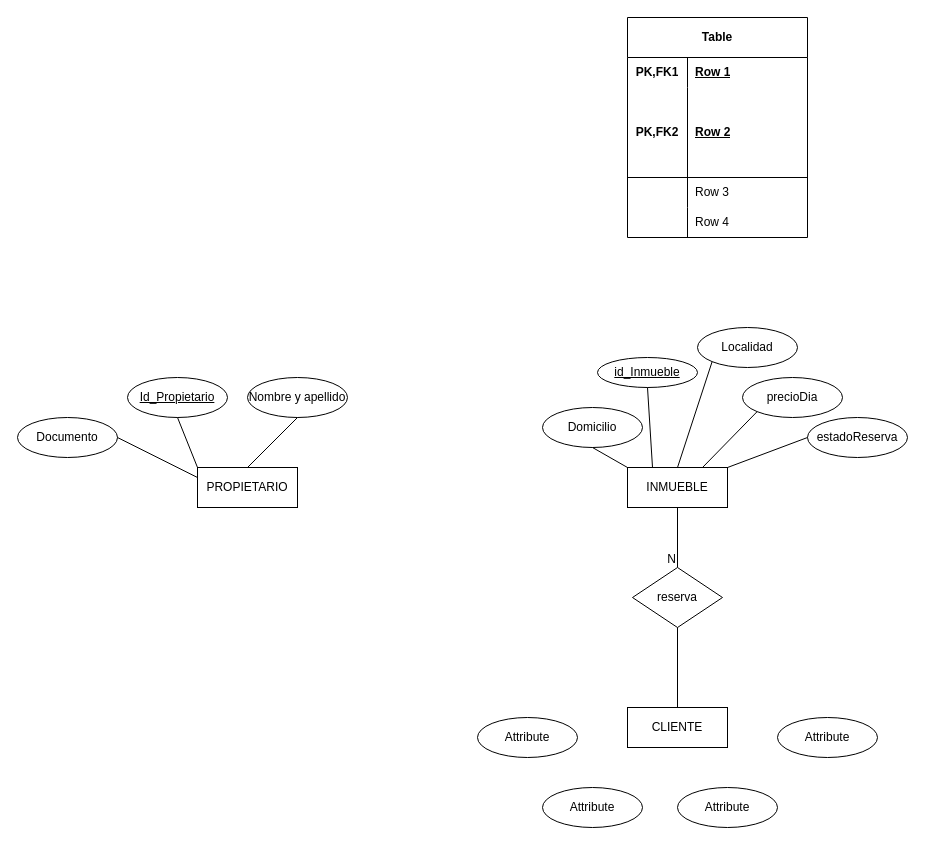
This is Diagrama sin título.drawio from carbai3/ABD_EJERCICIO1, a draw.io file, before an edit. Source tidied: cells renumbered, new cells numbered last; positions are measured from the earlier drawing's top-left corner, leaving out a move shared by most shapes. Both pictures are drawn from the tidied source at 100%, with x=0, y=0 at pixel (17, 17).
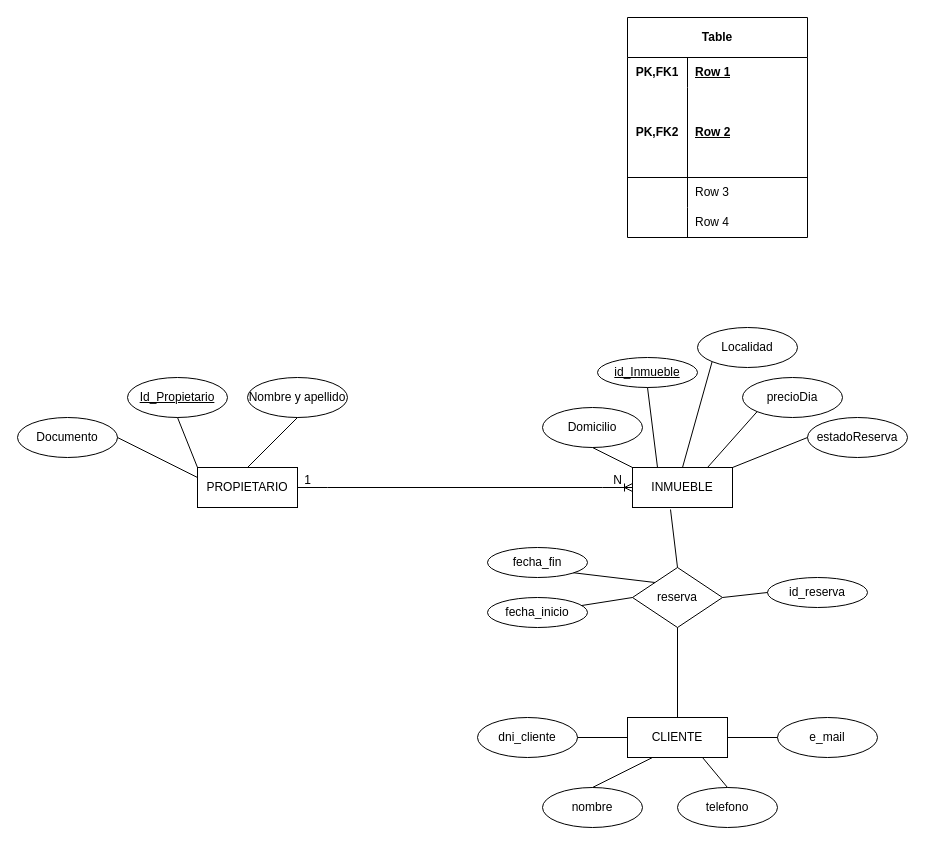
After the change.

The change refers to these unchanged cells:
```xml
<mxCell id="2" value="PROPIETARIO" style="whiteSpace=wrap;html=1;align=center;" parent="1" vertex="1">
  <mxGeometry x="180" y="450" width="100" height="40" as="geometry" />
</mxCell>
<mxCell id="33" value="reserva" style="shape=rhombus;perimeter=rhombusPerimeter;whiteSpace=wrap;html=1;align=center;" parent="1" vertex="1">
  <mxGeometry x="615" y="550" width="90" height="60" as="geometry" />
</mxCell>
```

What changed in the source:
```diff
@@
     <mxCell id="3" value="INMUEBLE" style="whiteSpace=wrap;html=1;align=center;" parent="1" vertex="1">
-      <mxGeometry x="610" y="450" width="100" height="40" as="geometry" />
+      <mxGeometry x="615" y="450" width="100" height="40" as="geometry" />
     </mxCell>
@@
     <mxCell id="34" value="CLIENTE" style="whiteSpace=wrap;html=1;align=center;" parent="1" vertex="1">
-      <mxGeometry x="610" y="690" width="100" height="40" as="geometry" />
+      <mxGeometry x="610" y="700" width="100" height="40" as="geometry" />
     </mxCell>
-    <mxCell id="35" style="endArrow=none;html=1;rounded=0;exitX=0.5;exitY=1;exitDx=0;exitDy=0;" parent="1" edge="1" source="3" target="33">
-      <mxGeometry relative="1" as="geometry" />
-    </mxCell>
-    <mxCell id="36" value="N" style="html=1;whiteSpace=wrap;align=right;verticalAlign=bottom;" parent="35" vertex="1">
-      <mxGeometry x="1" relative="1" as="geometry" />
-    </mxCell>
-    <mxCell id="37" style="endArrow=none;html=1;rounded=0;entryX=0.5;entryY=0;entryDx=0;entryDy=0;exitX=0.5;exitY=1;exitDx=0;exitDy=0;" parent="1" edge="1" source="33" target="34">
-      <mxGeometry relative="1" as="geometry" />
-    </mxCell>
-    <mxCell id="38" value="Attribute" style="ellipse;whiteSpace=wrap;html=1;align=center;" parent="1" vertex="1">
+    <mxCell id="38" value="dni_cliente" style="ellipse;whiteSpace=wrap;html=1;align=center;" parent="1" vertex="1">
       <mxGeometry x="460" y="700" width="100" height="40" as="geometry" />
     </mxCell>
-    <mxCell id="39" value="Attribute" style="ellipse;whiteSpace=wrap;html=1;align=center;" parent="1" vertex="1">
+    <mxCell id="39" value="nombre" style="ellipse;whiteSpace=wrap;html=1;align=center;" parent="1" vertex="1">
       <mxGeometry x="525" y="770" width="100" height="40" as="geometry" />
     </mxCell>
-    <mxCell id="40" value="Attribute" style="ellipse;whiteSpace=wrap;html=1;align=center;" parent="1" vertex="1">
+    <mxCell id="40" value="telefono" style="ellipse;whiteSpace=wrap;html=1;align=center;" parent="1" vertex="1">
       <mxGeometry x="660" y="770" width="100" height="40" as="geometry" />
     </mxCell>
-    <mxCell id="41" value="Attribute" style="ellipse;whiteSpace=wrap;html=1;align=center;" parent="1" vertex="1">
+    <mxCell id="41" value="e_mail" style="ellipse;whiteSpace=wrap;html=1;align=center;" parent="1" vertex="1">
       <mxGeometry x="760" y="700" width="100" height="40" as="geometry" />
     </mxCell>
+    <mxCell id="42" style="endArrow=none;html=1;rounded=0;exitX=1;exitY=0.5;exitDx=0;exitDy=0;entryX=0;entryY=0.5;entryDx=0;entryDy=0;" parent="1" edge="1" source="38" target="34">
+      <mxGeometry relative="1" as="geometry" />
+    </mxCell>
+    <mxCell id="43" style="endArrow=none;html=1;rounded=0;exitX=0.5;exitY=0;exitDx=0;exitDy=0;entryX=0.25;entryY=1;entryDx=0;entryDy=0;" parent="1" edge="1" source="39" target="34">
+      <mxGeometry relative="1" as="geometry" />
+    </mxCell>
+    <mxCell id="44" style="endArrow=none;html=1;rounded=0;exitX=0.5;exitY=0;exitDx=0;exitDy=0;entryX=0.75;entryY=1;entryDx=0;entryDy=0;" parent="1" edge="1" source="40" target="34">
+      <mxGeometry relative="1" as="geometry" />
+    </mxCell>
+    <mxCell id="45" style="endArrow=none;html=1;rounded=0;exitX=1;exitY=0.5;exitDx=0;exitDy=0;entryX=0;entryY=0.5;entryDx=0;entryDy=0;" parent="1" edge="1" source="34" target="41">
+      <mxGeometry relative="1" as="geometry" />
+    </mxCell>
+    <mxCell id="46" style="group;" parent="1" vertex="1">
+      <mxGeometry x="275" y="448" width="340" height="30" as="geometry" />
+    </mxCell>
+    <mxCell id="47" style="edgeStyle=entityRelationEdgeStyle;fontSize=12;html=1;endArrow=ERoneToMany;rounded=0;exitX=1;exitY=0.5;exitDx=0;exitDy=0;entryX=0;entryY=0.5;entryDx=0;entryDy=0;" parent="46" edge="1" source="2" target="3">
+      <mxGeometry relative="1" as="geometry" />
+    </mxCell>
+    <mxCell id="48" value="1" style="text;html=1;align=center;verticalAlign=middle;strokeColor=none;fillColor=none;" parent="46" vertex="1">
+      <mxGeometry width="30" height="30" as="geometry" />
+    </mxCell>
+    <mxCell id="36" value="N" style="text;html=1;align=center;verticalAlign=middle;strokeColor=none;fillColor=none;" parent="46" vertex="1">
+      <mxGeometry x="310" width="30" height="30" as="geometry" />
+    </mxCell>
+    <mxCell id="49" style="endArrow=none;html=1;rounded=0;exitX=0;exitY=0;exitDx=0;exitDy=0;entryX=0;entryY=0.5;entryDx=0;entryDy=0;" parent="1" edge="1" source="33" target="51">
+      <mxGeometry relative="1" as="geometry" />
+    </mxCell>
+    <mxCell id="50" style="endArrow=none;html=1;rounded=0;exitX=0;exitY=0.5;exitDx=0;exitDy=0;" parent="1" edge="1" source="33" target="52">
+      <mxGeometry relative="1" as="geometry" />
+    </mxCell>
+    <mxCell id="51" value="fecha_fin" style="ellipse;whiteSpace=wrap;html=1;align=center;" parent="1" vertex="1">
+      <mxGeometry x="470" y="530" width="100" height="30" as="geometry" />
+    </mxCell>
+    <mxCell id="52" value="fecha_inicio" style="ellipse;whiteSpace=wrap;html=1;align=center;" parent="1" vertex="1">
+      <mxGeometry x="470" y="580" width="100" height="30" as="geometry" />
+    </mxCell>
+    <mxCell id="53" value="id_reserva" style="ellipse;whiteSpace=wrap;html=1;align=center;" parent="1" vertex="1">
+      <mxGeometry x="750" y="560" width="100" height="30" as="geometry" />
+    </mxCell>
+    <mxCell id="54" style="endArrow=none;html=1;rounded=0;exitX=1;exitY=0.5;exitDx=0;exitDy=0;entryX=0;entryY=0.5;entryDx=0;entryDy=0;" parent="1" edge="1" source="33" target="53">
+      <mxGeometry relative="1" as="geometry" />
+    </mxCell>
+    <mxCell id="35" style="endArrow=none;html=1;rounded=0;exitX=0.38;exitY=1.05;exitDx=0;exitDy=0;exitPerimeter=0;entryX=0.5;entryY=0;entryDx=0;entryDy=0;" parent="1" edge="1" source="3" target="33">
+      <mxGeometry relative="1" as="geometry" />
+    </mxCell>
+    <mxCell id="37" style="endArrow=none;html=1;rounded=0;exitX=0.5;exitY=1;exitDx=0;exitDy=0;entryX=0.5;entryY=0;entryDx=0;entryDy=0;" parent="1" edge="1" source="33" target="34">
+      <mxGeometry relative="1" as="geometry" />
+    </mxCell>
```
